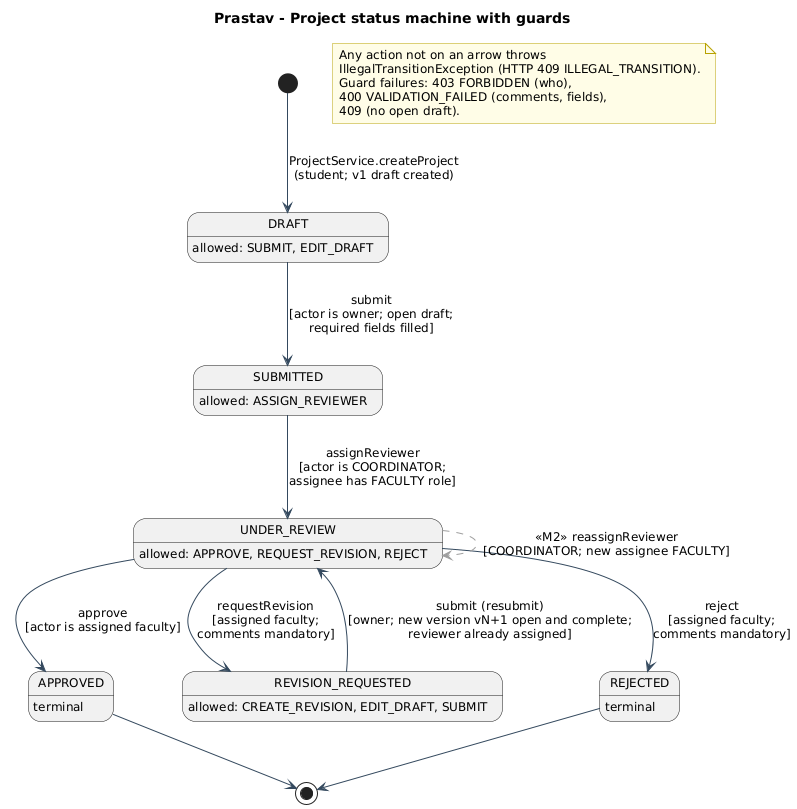
udita-0707/Prastaav keeps this PlantUML diagram as docs/uml/png/04_project_state.png. Above is the earlier version. The source it was exported from:
```plantuml
@startuml 04_project_state
!include _style.iuml
title Prastav - Project status machine with guards
hide empty description

[*] --> DRAFT : ProjectService.createProject\n(student; v1 draft created)
DRAFT --> SUBMITTED : submit\n[actor is owner; open draft;\nrequired fields filled]
SUBMITTED --> UNDER_REVIEW : assignReviewer\n[actor is COORDINATOR;\nassignee has FACULTY role]
UNDER_REVIEW --> APPROVED : approve\n[actor is assigned faculty]
UNDER_REVIEW --> REVISION_REQUESTED : requestRevision\n[assigned faculty;\ncomments mandatory]
UNDER_REVIEW --> REJECTED : reject\n[assigned faculty;\ncomments mandatory]
REVISION_REQUESTED --> UNDER_REVIEW : submit (resubmit)\n[owner; new version vN+1 open and complete;\nreviewer already assigned]
UNDER_REVIEW -[#9E9E9E,dashed]-> UNDER_REVIEW : <<M2>> reassignReviewer\n[COORDINATOR; new assignee FACULTY]
APPROVED --> [*]
REJECTED --> [*]

state DRAFT : allowed: SUBMIT, EDIT_DRAFT
state SUBMITTED : allowed: ASSIGN_REVIEWER
state UNDER_REVIEW : allowed: APPROVE, REQUEST_REVISION, REJECT
state REVISION_REQUESTED : allowed: CREATE_REVISION, EDIT_DRAFT, SUBMIT
state APPROVED : terminal
state REJECTED : terminal

note "Any action not on an arrow throws\nIllegalTransitionException (HTTP 409 ILLEGAL_TRANSITION).\nGuard failures: 403 FORBIDDEN (who),\n400 VALIDATION_FAILED (comments, fields),\n409 (no open draft)." as N1
@enduml
```
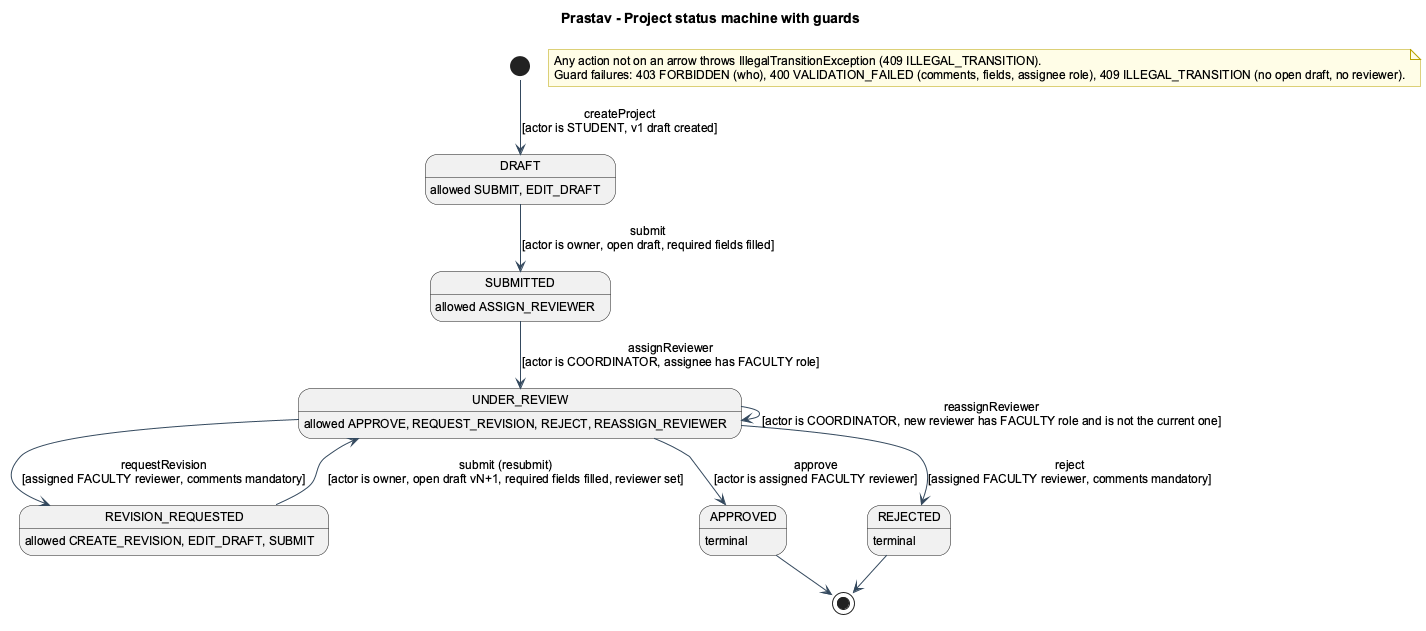
The same file after the commit.

Change to the diagram source:
```diff
@@ -1,25 +1,29 @@
 @startuml 04_project_state
+!pragma layout smetana
 !include _style.iuml
 title Prastav - Project status machine with guards
 hide empty description
 
-[*] --> DRAFT : ProjectService.createProject\n(student; v1 draft created)
-DRAFT --> SUBMITTED : submit\n[actor is owner; open draft;\nrequired fields filled]
-SUBMITTED --> UNDER_REVIEW : assignReviewer\n[actor is COORDINATOR;\nassignee has FACULTY role]
-UNDER_REVIEW --> APPROVED : approve\n[actor is assigned faculty]
-UNDER_REVIEW --> REVISION_REQUESTED : requestRevision\n[assigned faculty;\ncomments mandatory]
-UNDER_REVIEW --> REJECTED : reject\n[assigned faculty;\ncomments mandatory]
-REVISION_REQUESTED --> UNDER_REVIEW : submit (resubmit)\n[owner; new version vN+1 open and complete;\nreviewer already assigned]
-UNDER_REVIEW -[#9E9E9E,dashed]-> UNDER_REVIEW : <<M2>> reassignReviewer\n[COORDINATOR; new assignee FACULTY]
+[*] --> DRAFT : createProject\n[actor is STUDENT, v1 draft created]
+DRAFT --> SUBMITTED : submit\n[actor is owner, open draft, required fields filled]
+SUBMITTED --> UNDER_REVIEW : assignReviewer\n[actor is COORDINATOR, assignee has FACULTY role]
+UNDER_REVIEW --> APPROVED : approve\n[actor is assigned FACULTY reviewer]
+UNDER_REVIEW --> REVISION_REQUESTED : requestRevision\n[assigned FACULTY reviewer, comments mandatory]
+UNDER_REVIEW --> REJECTED : reject\n[assigned FACULTY reviewer, comments mandatory]
+UNDER_REVIEW --> UNDER_REVIEW : reassignReviewer\n[actor is COORDINATOR, new reviewer has FACULTY role and is not the current one]
+REVISION_REQUESTED --> UNDER_REVIEW : submit (resubmit)\n[actor is owner, open draft vN+1, required fields filled, reviewer set]
 APPROVED --> [*]
 REJECTED --> [*]
 
-state DRAFT : allowed: SUBMIT, EDIT_DRAFT
-state SUBMITTED : allowed: ASSIGN_REVIEWER
-state UNDER_REVIEW : allowed: APPROVE, REQUEST_REVISION, REJECT
-state REVISION_REQUESTED : allowed: CREATE_REVISION, EDIT_DRAFT, SUBMIT
+state DRAFT : allowed SUBMIT, EDIT_DRAFT
+state SUBMITTED : allowed ASSIGN_REVIEWER
+state UNDER_REVIEW : allowed APPROVE, REQUEST_REVISION, REJECT, REASSIGN_REVIEWER
+state REVISION_REQUESTED : allowed CREATE_REVISION, EDIT_DRAFT, SUBMIT
 state APPROVED : terminal
 state REJECTED : terminal
 
-note "Any action not on an arrow throws\nIllegalTransitionException (HTTP 409 ILLEGAL_TRANSITION).\nGuard failures: 403 FORBIDDEN (who),\n400 VALIDATION_FAILED (comments, fields),\n409 (no open draft)." as N1
+note as N1
+  Any action not on an arrow throws IllegalTransitionException (409 ILLEGAL_TRANSITION).
+  Guard failures: 403 FORBIDDEN (who), 400 VALIDATION_FAILED (comments, fields, assignee role), 409 ILLEGAL_TRANSITION (no open draft, no reviewer).
+end note
 @enduml
```
